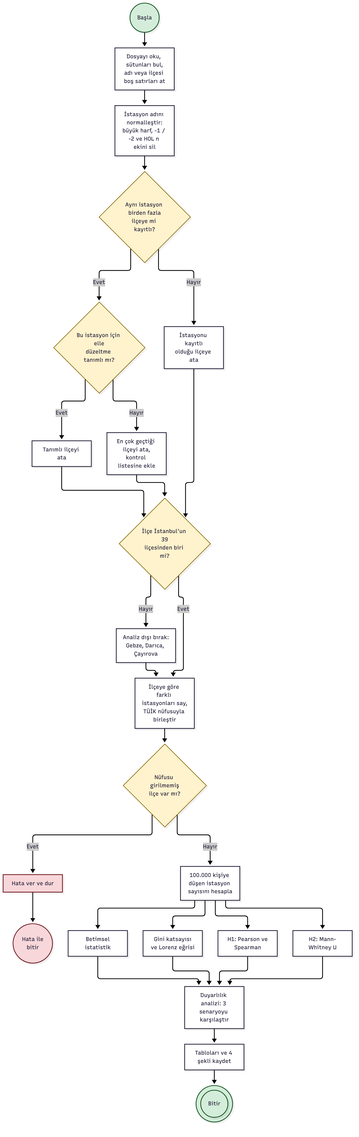
Earlier version of the Mermaid export uml/2_activity.png (yunusyegen/istanbul-rayli-sistem-erisim). Its source is kept beside it as uml/2_activity.mmd. Source of this version:
```mermaid
flowchart TB
    BAS((Başla)) --> A["Dosyayı oku, sütunları bul,<br/>adı veya ilçesi boş satırları at"]
    A --> C["İstasyon adını normalleştir:<br/>büyük harf, -1 / -2 ve HOL n ekini sil"]
    C --> D{"Aynı istasyon birden fazla<br/>ilçeye mi kayıtlı?"}
    D -- Evet --> E{"Bu istasyon için elle<br/>düzeltme tanımlı mı?"}
    E -- Evet --> E1["Tanımlı ilçeyi ata"]
    E -- Hayır --> E2["En çok geçtiği ilçeyi ata,<br/>kontrol listesine ekle"]
    D -- Hayır --> G["İstasyonu kayıtlı<br/>olduğu ilçeye ata"]
    E1 --> H
    E2 --> H
    G --> H{"İlçe İstanbul'un 39<br/>ilçesinden biri mi?"}
    H -- Hayır --> H1["Analiz dışı bırak:<br/>Gebze, Darıca, Çayırova"]
    H -- Evet --> I["İlçeye göre farklı istasyonları say,<br/>TÜİK nüfusuyla birleştir"]
    H1 --> I
    I --> J{"Nüfusu girilmemiş<br/>ilçe var mı?"}
    J -- Evet --> JH["Hata ver ve dur"] --> SONH((Hata ile<br/>bitir))
    J -- Hayır --> K["100.000 kişiye düşen istasyon sayısını hesapla"]
    K --> L1["Betimsel<br/>istatistik"]
    K --> L2["Gini katsayısı<br/>ve Lorenz eğrisi"]
    K --> L3["H1: Pearson ve<br/>Spearman"]
    K --> L4["H2: Mann-<br/>Whitney U"]
    L1 --> M["Duyarlılık analizi: 3 senaryoyu karşılaştır"]
    L2 --> M
    L3 --> M
    L4 --> M
    M --> N["Tabloları ve 4 şekli kaydet"]
    N --> SON(((Bitir)))

    classDef karar fill:#fff3cd,stroke:#856404,stroke-width:1.5px
    classDef bitis fill:#d4edda,stroke:#155724,stroke-width:2px
    classDef hata fill:#f8d7da,stroke:#721c24
    class D,E,H,J karar
    class BAS,SON bitis
    class JH,SONH hata
```
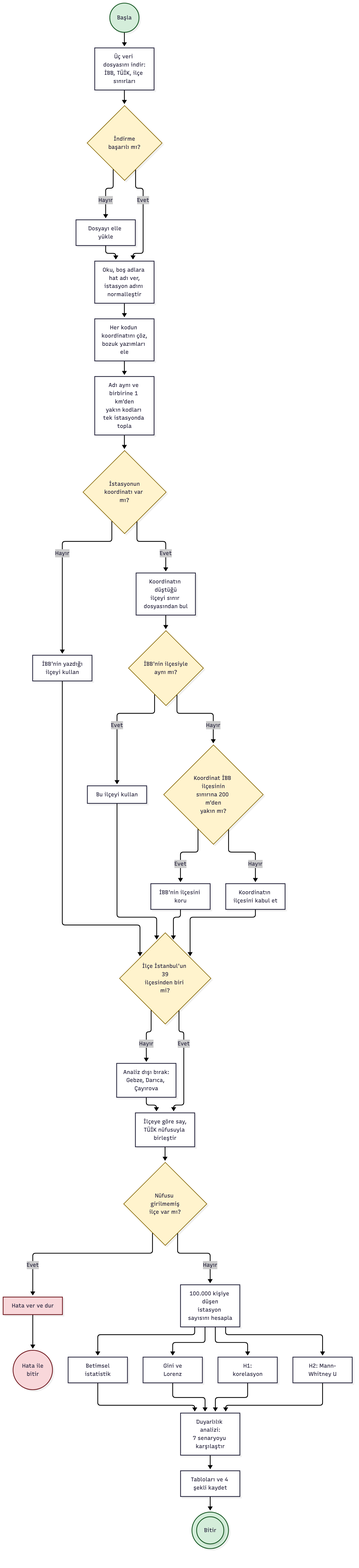
The same diagram one commit later.

Commit message:
UML diyagramları yeni analiz akışına göre güncellendi

Change to the diagram source:
```diff
@@ -1,34 +1,43 @@
 flowchart TB
-    BAS((Başla)) --> A["Dosyayı oku, sütunları bul,<br/>adı veya ilçesi boş satırları at"]
-    A --> C["İstasyon adını normalleştir:<br/>büyük harf, -1 / -2 ve HOL n ekini sil"]
-    C --> D{"Aynı istasyon birden fazla<br/>ilçeye mi kayıtlı?"}
-    D -- Evet --> E{"Bu istasyon için elle<br/>düzeltme tanımlı mı?"}
-    E -- Evet --> E1["Tanımlı ilçeyi ata"]
-    E -- Hayır --> E2["En çok geçtiği ilçeyi ata,<br/>kontrol listesine ekle"]
-    D -- Hayır --> G["İstasyonu kayıtlı<br/>olduğu ilçeye ata"]
-    E1 --> H
-    E2 --> H
-    G --> H{"İlçe İstanbul'un 39<br/>ilçesinden biri mi?"}
-    H -- Hayır --> H1["Analiz dışı bırak:<br/>Gebze, Darıca, Çayırova"]
-    H -- Evet --> I["İlçeye göre farklı istasyonları say,<br/>TÜİK nüfusuyla birleştir"]
-    H1 --> I
-    I --> J{"Nüfusu girilmemiş<br/>ilçe var mı?"}
-    J -- Evet --> JH["Hata ver ve dur"] --> SONH((Hata ile<br/>bitir))
-    J -- Hayır --> K["100.000 kişiye düşen istasyon sayısını hesapla"]
-    K --> L1["Betimsel<br/>istatistik"]
-    K --> L2["Gini katsayısı<br/>ve Lorenz eğrisi"]
-    K --> L3["H1: Pearson ve<br/>Spearman"]
-    K --> L4["H2: Mann-<br/>Whitney U"]
-    L1 --> M["Duyarlılık analizi: 3 senaryoyu karşılaştır"]
-    L2 --> M
-    L3 --> M
-    L4 --> M
-    M --> N["Tabloları ve 4 şekli kaydet"]
-    N --> SON(((Bitir)))
+    BAS((Başla)) --> A["Üç veri dosyasını indir:<br/>İBB, TÜİK, ilçe sınırları"]
+    A --> B{"İndirme<br/>başarılı mı?"}
+    B -- Hayır --> B1["Dosyayı elle yükle"]
+    B -- Evet --> C
+    B1 --> C["Oku, boş adlara hat adı ver,<br/>istasyon adını normalleştir"]
+    C --> D["Her kodun koordinatını çöz,<br/>bozuk yazımları ele"]
+    D --> E["Adı aynı ve birbirine 1 km'den<br/>yakın kodları tek istasyonda topla"]
+    E --> F{"İstasyonun<br/>koordinatı var mı?"}
+    F -- Hayır --> F1["İBB'nin yazdığı<br/>ilçeyi kullan"]
+    F -- Evet --> G["Koordinatın düştüğü<br/>ilçeyi sınır dosyasından bul"]
+    G --> H{"İBB'nin ilçesiyle<br/>aynı mı?"}
+    H -- Evet --> H1["Bu ilçeyi kullan"]
+    H -- Hayır --> I{"Koordinat İBB ilçesinin<br/>sınırına 200 m'den<br/>yakın mı?"}
+    I -- Evet --> I1["İBB'nin ilçesini koru"]
+    I -- Hayır --> I2["Koordinatın ilçesini kabul et"]
+    F1 --> J
+    H1 --> J
+    I1 --> J
+    I2 --> J{"İlçe İstanbul'un 39<br/>ilçesinden biri mi?"}
+    J -- Hayır --> J1["Analiz dışı bırak:<br/>Gebze, Darıca, Çayırova"]
+    J -- Evet --> K["İlçeye göre say,<br/>TÜİK nüfusuyla birleştir"]
+    J1 --> K
+    K --> L{"Nüfusu girilmemiş<br/>ilçe var mı?"}
+    L -- Evet --> L1["Hata ver ve dur"] --> SONH((Hata ile<br/>bitir))
+    L -- Hayır --> M["100.000 kişiye düşen<br/>istasyon sayısını hesapla"]
+    M --> N1["Betimsel<br/>istatistik"]
+    M --> N2["Gini ve<br/>Lorenz"]
+    M --> N3["H1:<br/>korelasyon"]
+    M --> N4["H2: Mann-<br/>Whitney U"]
+    N1 --> O["Duyarlılık analizi:<br/>7 senaryoyu karşılaştır"]
+    N2 --> O
+    N3 --> O
+    N4 --> O
+    O --> P["Tabloları ve 4 şekli kaydet"]
+    P --> SON(((Bitir)))
 
     classDef karar fill:#fff3cd,stroke:#856404,stroke-width:1.5px
     classDef bitis fill:#d4edda,stroke:#155724,stroke-width:2px
     classDef hata fill:#f8d7da,stroke:#721c24
-    class D,E,H,J karar
+    class B,F,H,I,J,L karar
     class BAS,SON bitis
-    class JH,SONH hata
+    class L1,SONH hata
```
